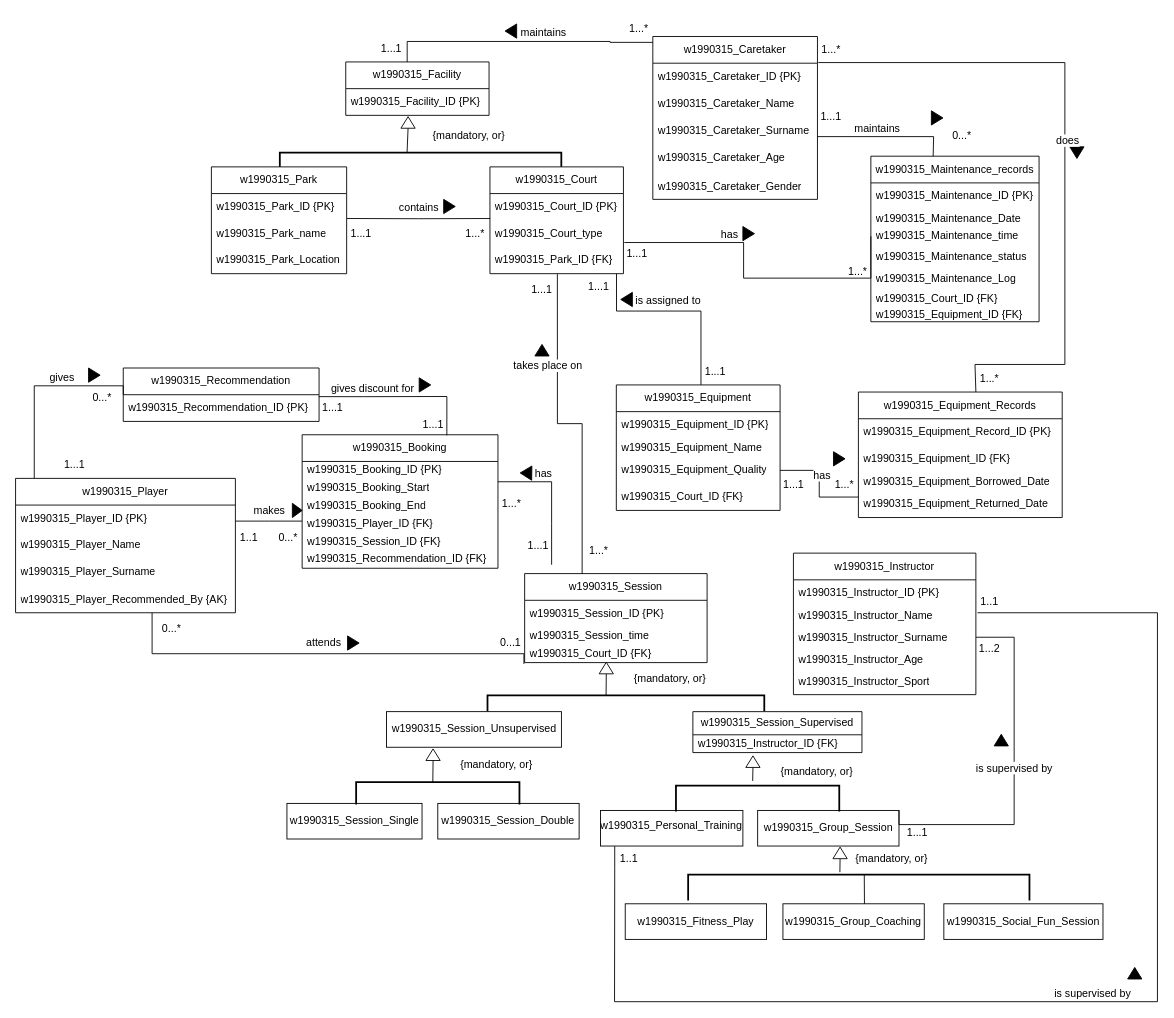
Earlier version of the draw.io diagram page "Strona-1" (1 of 3) of DB_cwk.drawio (frajdzia/DB_cwk). Source tidied: cells renumbered, new cells numbered last; positions are measured from the earlier drawing's top-left corner, leaving out a move shared by most shapes. Both pictures are drawn from the tidied source at 89%, with x=0, y=0 at pixel (15, 15).
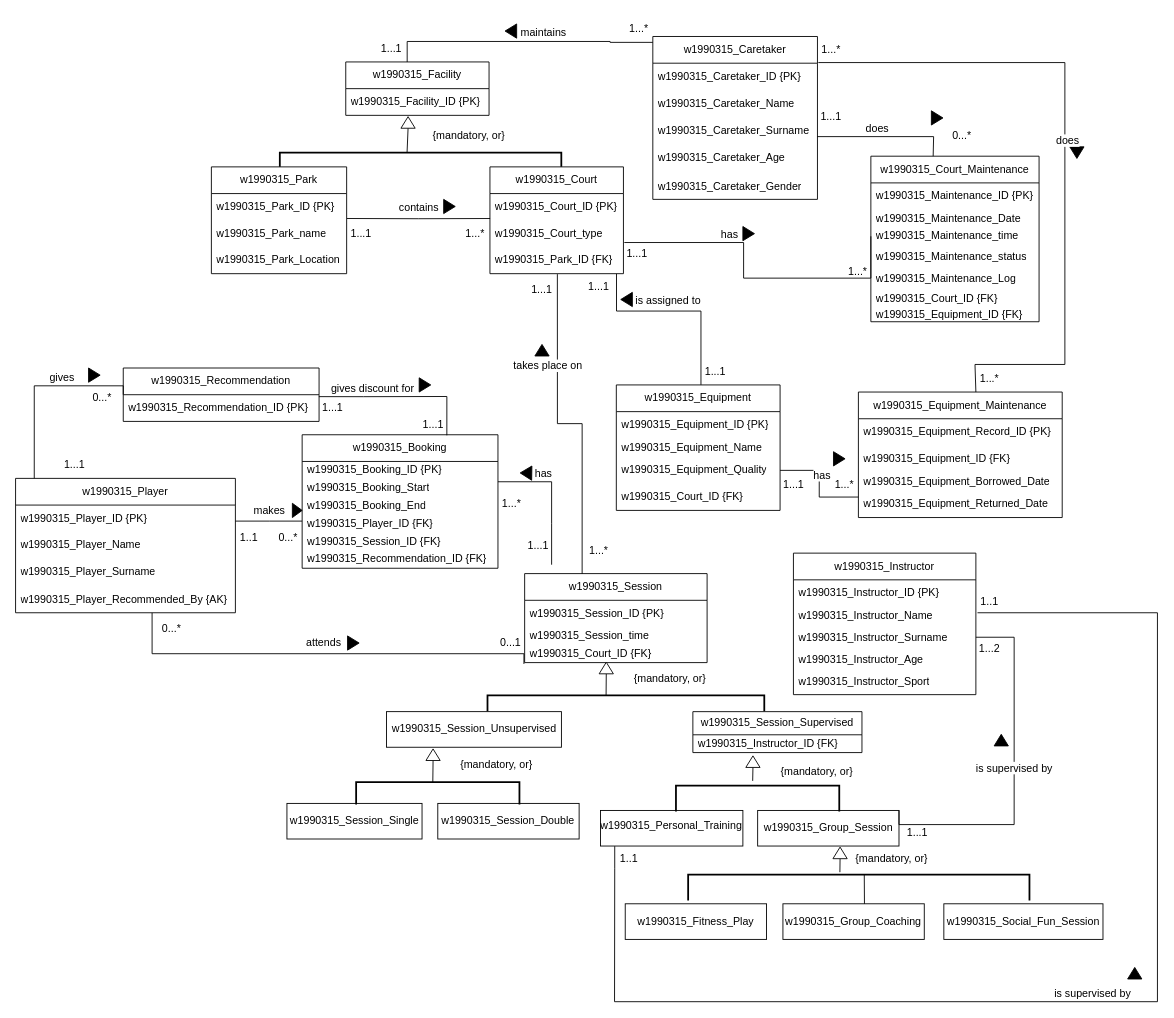
The same page after the edit.

The change refers to these unchanged cells:
```xml
<mxCell id="5" value="&lt;span style=&quot;text-align: center;&quot;&gt;w1990315_&lt;/span&gt;Caretaker_Surname" style="text;strokeColor=none;fillColor=none;align=left;verticalAlign=middle;spacingLeft=4;spacingRight=4;overflow=hidden;points=[[0,0.5],[1,0.5]];portConstraint=eastwest;whiteSpace=wrap;html=1;" parent="2" vertex="1">
  <mxGeometry y="90" width="185" height="30" as="geometry" />
</mxCell>
```

Diff of the diagram source:
```diff
@@
-    <mxCell id="35" value="w1990315_Maintenance_records" style="swimlane;fontStyle=0;horizontal=1;startSize=30;whiteSpace=wrap;html=1;" parent="1" vertex="1">
+    <mxCell id="35" value="w1990315_Court_Maintenance" style="swimlane;fontStyle=0;horizontal=1;startSize=30;whiteSpace=wrap;html=1;" parent="1" vertex="1">
       <mxGeometry x="961" y="158" width="189" height="186" as="geometry" />
     </mxCell>
@@
-    <mxCell id="53" value="maintains" style="endArrow=none;html=1;endSize=12;startArrow=none;startSize=14;startFill=0;edgeStyle=orthogonalEdgeStyle;align=center;verticalAlign=bottom;endFill=0;rounded=0;fontSize=12;exitX=0.998;exitY=0.75;exitDx=0;exitDy=0;exitPerimeter=0;" parent="1" edge="1" source="5">
+    <mxCell id="53" value="does" style="endArrow=none;html=1;endSize=12;startArrow=none;startSize=14;startFill=0;edgeStyle=orthogonalEdgeStyle;align=center;verticalAlign=bottom;endFill=0;rounded=0;fontSize=12;exitX=0.998;exitY=0.75;exitDx=0;exitDy=0;exitPerimeter=0;" parent="1" edge="1" source="5">
       <mxGeometry x="-0.13" relative="1" as="geometry">
         <mxPoint x="1031" y="158" as="targetPoint" />
       </mxGeometry>
     </mxCell>
@@
-    <mxCell id="63" value="w1990315_Equipment_Records" style="swimlane;fontStyle=0;horizontal=1;startSize=30;whiteSpace=wrap;html=1;" parent="1" vertex="1">
+    <mxCell id="63" value="&lt;div&gt;w1990315_Equipment_Maintenance&lt;/div&gt;" style="swimlane;fontStyle=0;horizontal=1;startSize=30;whiteSpace=wrap;html=1;" parent="1" vertex="1">
       <mxGeometry x="947" y="423" width="229" height="141" as="geometry" />
     </mxCell>
```
